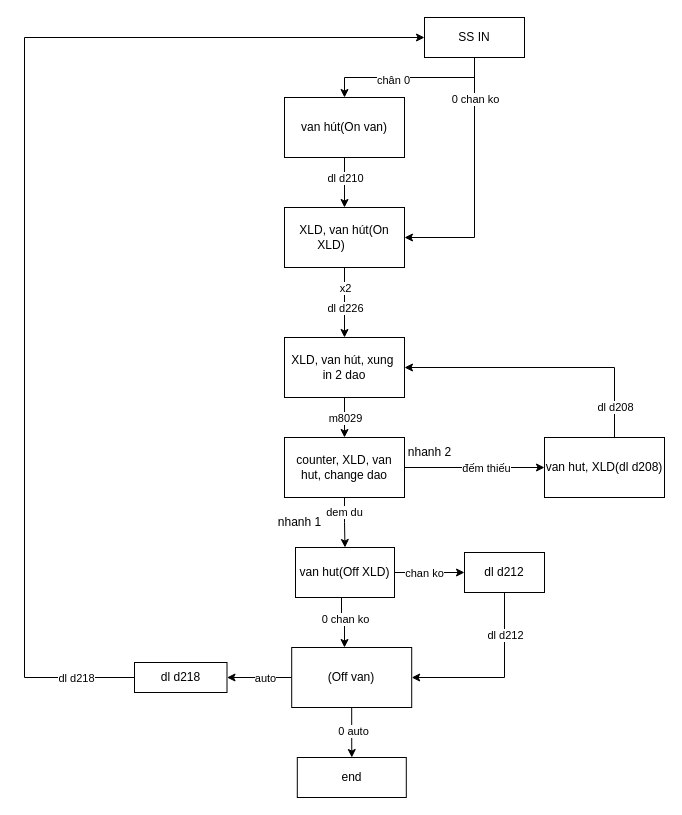
Above: 2 dao.drawio in robowindgit/a0-quyencun (draw.io), before the change. Source tidied: cells renumbered, new cells numbered last; positions are measured from the earlier drawing's top-left corner, leaving out a move shared by most shapes. Both pictures are drawn from the tidied source at 100%, with x=0, y=0 at pixel (24, 17).
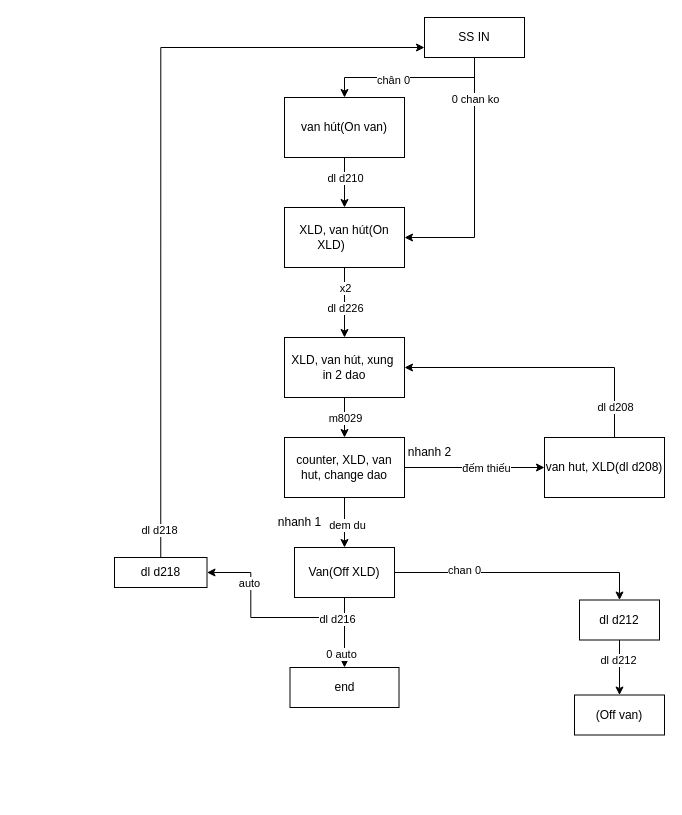
After the change.

Commit message:
Cập nhật 2 dao.drawio

The change refers to these unchanged cells:
```xml
<mxCell id="6" value="SS IN" style="whiteSpace=wrap;html=1;" parent="1" vertex="1">
  <mxGeometry x="400" width="100" height="40" as="geometry" />
</mxCell>
<mxCell id="21" value="counter, XLD, van hut, change dao" style="whiteSpace=wrap;html=1;" parent="1" vertex="1">
  <mxGeometry x="260" y="420" width="120" height="60" as="geometry" />
</mxCell>
```

Diff of the diagram source:
```diff
@@
-    <mxCell id="19" style="edgeStyle=orthogonalEdgeStyle;rounded=0;jettySize=auto;html=1;exitX=0.5;exitY=1;exitDx=0;exitDy=0;entryX=0.5;entryY=0;entryDx=0;entryDy=0;" parent="1" edge="1" source="21" target="39">
-      <mxGeometry relative="1" as="geometry" />
-    </mxCell>
+    <mxCell id="44" style="edgeStyle=orthogonalEdgeStyle;rounded=0;jettySize=auto;html=1;exitX=0.5;exitY=1;exitDx=0;exitDy=0;entryX=0.5;entryY=0;entryDx=0;entryDy=0;" parent="1" edge="1" source="21" target="53">
+      <mxGeometry relative="1" as="geometry" />
+    </mxCell>
-    <mxCell id="20" value="dem du" style="edgeLabel;html=1;align=center;verticalAlign=middle;" parent="19" vertex="1">
-      <mxGeometry x="-0.43" y="-1" relative="1" as="geometry" />
+    <mxCell id="20" value="dem du" style="edgeLabel;html=1;align=center;verticalAlign=middle;" parent="44" vertex="1">
+      <mxGeometry x="0.07" y="2" relative="1" as="geometry" />
     </mxCell>
@@
-    <mxCell id="22" style="edgeStyle=orthogonalEdgeStyle;rounded=0;jettySize=auto;html=1;exitX=0;exitY=0.5;exitDx=0;exitDy=0;entryX=1;entryY=0.5;entryDx=0;entryDy=0;" parent="1" edge="1" source="26" target="35">
-      <mxGeometry relative="1" as="geometry" />
-    </mxCell>
-    <mxCell id="23" value="auto" style="edgeLabel;html=1;align=center;verticalAlign=middle;" parent="22" vertex="1">
-      <mxGeometry x="-0.15" relative="1" as="geometry" />
-    </mxCell>
-    <mxCell id="24" style="edgeStyle=orthogonalEdgeStyle;rounded=0;jettySize=auto;html=1;exitX=0.5;exitY=1;exitDx=0;exitDy=0;entryX=0.5;entryY=0;entryDx=0;entryDy=0;" parent="1" edge="1" source="26" target="43">
-      <mxGeometry relative="1" as="geometry" />
-    </mxCell>
-    <mxCell id="25" value="0 auto" style="edgeLabel;html=1;align=center;verticalAlign=middle;" parent="24" vertex="1">
-      <mxGeometry x="-0.1" y="1" relative="1" as="geometry" />
-    </mxCell>
-    <mxCell id="26" value="(Off van)" style="whiteSpace=wrap;html=1;" parent="1" vertex="1">
-      <mxGeometry x="267.2" y="630" width="120" height="60" as="geometry" />
-    </mxCell>
@@
+    <mxCell id="33" style="edgeStyle=orthogonalEdgeStyle;rounded=0;orthogonalLoop=1;jettySize=auto;html=1;exitX=0;exitY=0.5;exitDx=0;exitDy=0;entryX=0;entryY=0.5;entryDx=0;entryDy=0;" parent="1" edge="1">
+      <mxGeometry relative="1" as="geometry">
+        <Array as="points">
+          <mxPoint x="90" y="550" />
+          <mxPoint y="550" />
+          <mxPoint y="20" />
+        </Array>
+      </mxGeometry>
+    </mxCell>
+    <mxCell id="34" value="dl d218" style="edgeLabel;html=1;align=center;verticalAlign=middle;" parent="33" vertex="1">
+      <mxGeometry x="-0.83" y="2" relative="1" as="geometry">
+        <mxPoint x="39" y="-2" as="offset" />
+      </mxGeometry>
+    </mxCell>
+    <mxCell id="42" value="dl d212" style="whiteSpace=wrap;html=1;" parent="1" vertex="1">
+      <mxGeometry x="555" y="582.5" width="80" height="40" as="geometry" />
+    </mxCell>
@@
-    <mxCell id="31" style="edgeStyle=orthogonalEdgeStyle;rounded=0;jettySize=auto;html=1;exitX=0.5;exitY=1;exitDx=0;exitDy=0;" parent="1" edge="1" source="39" target="26">
-      <mxGeometry relative="1" as="geometry">
-        <Array as="points">
-          <mxPoint x="317" y="600" />
-          <mxPoint x="320" y="600" />
-        </Array>
-      </mxGeometry>
-    </mxCell>
-    <mxCell id="32" value="0 chan ko" style="edgeLabel;html=1;align=center;verticalAlign=middle;" parent="31" vertex="1">
-      <mxGeometry x="-0.01" relative="1" as="geometry" />
-    </mxCell>
-    <mxCell id="33" style="edgeStyle=orthogonalEdgeStyle;rounded=0;jettySize=auto;html=1;exitX=0;exitY=0.5;exitDx=0;exitDy=0;entryX=0;entryY=0.5;entryDx=0;entryDy=0;" parent="1" edge="1" source="35" target="6">
-      <mxGeometry relative="1" as="geometry">
-        <Array as="points">
-          <mxPoint y="660" />
-          <mxPoint y="20" />
-        </Array>
-      </mxGeometry>
-    </mxCell>
-    <mxCell id="34" value="dl d218" style="edgeLabel;html=1;align=center;verticalAlign=middle;" parent="33" vertex="1">
-      <mxGeometry x="-0.83" y="2" relative="1" as="geometry">
-        <mxPoint x="39" y="-2" as="offset" />
-      </mxGeometry>
-    </mxCell>
+    <mxCell id="45" style="edgeStyle=orthogonalEdgeStyle;rounded=0;jettySize=auto;html=1;exitX=0.5;exitY=0;exitDx=0;exitDy=0;entryX=0;entryY=0.75;entryDx=0;entryDy=0;" parent="1" edge="1" source="35" target="6">
+      <mxGeometry relative="1" as="geometry" />
+    </mxCell>
+    <mxCell id="46" value="dl d218" style="edgeLabel;html=1;align=center;verticalAlign=middle;" parent="45" vertex="1">
+      <mxGeometry x="-0.93" y="2" relative="1" as="geometry" />
+    </mxCell>
     <mxCell id="35" value="dl d218" style="whiteSpace=wrap;html=1;" parent="1" vertex="1">
-      <mxGeometry x="110" y="645" width="92.5" height="30" as="geometry" />
+      <mxGeometry x="90" y="540" width="92.5" height="30" as="geometry" />
     </mxCell>
@@
-    <mxCell id="37" style="edgeStyle=orthogonalEdgeStyle;rounded=0;jettySize=auto;html=1;exitX=1;exitY=0.5;exitDx=0;exitDy=0;entryX=0;entryY=0.5;entryDx=0;entryDy=0;" parent="1" edge="1" source="39" target="42">
-      <mxGeometry relative="1" as="geometry" />
-    </mxCell>
-    <mxCell id="38" value="chan ko" style="edgeLabel;html=1;align=center;verticalAlign=middle;" parent="37" vertex="1">
-      <mxGeometry x="-0.39" y="3" relative="1" as="geometry">
-        <mxPoint x="8" y="3" as="offset" />
-      </mxGeometry>
-    </mxCell>
-    <mxCell id="39" value="van hut(Off XLD)" style="whiteSpace=wrap;html=1;" parent="1" vertex="1">
-      <mxGeometry x="271" y="530" width="99" height="50" as="geometry" />
-    </mxCell>
-    <mxCell id="40" style="edgeStyle=orthogonalEdgeStyle;rounded=0;jettySize=auto;html=1;exitX=0.5;exitY=1;exitDx=0;exitDy=0;entryX=1;entryY=0.5;entryDx=0;entryDy=0;" parent="1" edge="1" source="42" target="26">
+    <mxCell id="40" style="edgeStyle=orthogonalEdgeStyle;rounded=0;jettySize=auto;html=1;exitX=0.5;exitY=1;exitDx=0;exitDy=0;entryX=0.5;entryY=0;entryDx=0;entryDy=0;" parent="1" edge="1" source="42" target="26">
       <mxGeometry relative="1" as="geometry" />
     </mxCell>
     <mxCell id="41" value="dl d212" style="edgeLabel;html=1;align=center;verticalAlign=middle;" parent="40" vertex="1">
-      <mxGeometry x="-0.53" relative="1" as="geometry" />
+      <mxGeometry x="-0.28" y="-2" relative="1" as="geometry" />
     </mxCell>
-    <mxCell id="42" value="dl d212" style="whiteSpace=wrap;html=1;" parent="1" vertex="1">
-      <mxGeometry x="440" y="535" width="80" height="40" as="geometry" />
-    </mxCell>
     <mxCell id="43" value="end" style="whiteSpace=wrap;html=1;" parent="1" vertex="1">
-      <mxGeometry x="272.8" y="740" width="109" height="40" as="geometry" />
+      <mxGeometry x="265.5" y="650" width="109" height="40" as="geometry" />
     </mxCell>
+    <mxCell id="26" value="(Off van)" style="whiteSpace=wrap;html=1;" parent="1" vertex="1">
+      <mxGeometry x="550" y="677.5" width="90" height="40" as="geometry" />
+    </mxCell>
+    <mxCell id="47" style="edgeStyle=orthogonalEdgeStyle;rounded=0;jettySize=auto;html=1;exitX=1;exitY=0.5;exitDx=0;exitDy=0;entryX=0.5;entryY=0;entryDx=0;entryDy=0;" parent="1" edge="1" source="53" target="42">
+      <mxGeometry relative="1" as="geometry" />
+    </mxCell>
+    <mxCell id="48" value="chan 0" style="edgeLabel;html=1;align=center;verticalAlign=middle;" parent="47" vertex="1">
+      <mxGeometry x="-0.45" y="3" relative="1" as="geometry" />
+    </mxCell>
+    <mxCell id="49" style="edgeStyle=orthogonalEdgeStyle;rounded=0;jettySize=auto;html=1;exitX=0.5;exitY=1;exitDx=0;exitDy=0;entryX=0.5;entryY=0;entryDx=0;entryDy=0;" parent="1" edge="1" source="53" target="43">
+      <mxGeometry relative="1" as="geometry" />
+    </mxCell>
+    <mxCell id="50" value="0 auto" style="edgeLabel;html=1;align=center;verticalAlign=middle;" parent="49" vertex="1">
+      <mxGeometry x="0.61" y="-4" relative="1" as="geometry" />
+    </mxCell>
+    <mxCell id="51" style="edgeStyle=orthogonalEdgeStyle;rounded=0;jettySize=auto;html=1;exitX=0.5;exitY=1;exitDx=0;exitDy=0;entryX=1;entryY=0.5;entryDx=0;entryDy=0;" parent="1" edge="1" source="53" target="35">
+      <mxGeometry relative="1" as="geometry" />
+    </mxCell>
+    <mxCell id="23" value="auto" style="edgeLabel;html=1;align=center;verticalAlign=middle;" parent="51" vertex="1">
+      <mxGeometry x="0.46" y="2" relative="1" as="geometry" />
+    </mxCell>
+    <mxCell id="52" value="dl d216" style="edgeLabel;html=1;align=center;verticalAlign=middle;" parent="51" vertex="1">
+      <mxGeometry x="-0.72" y="1" relative="1" as="geometry" />
+    </mxCell>
+    <mxCell id="53" value="Van(Off XLD)" style="whiteSpace=wrap;html=1;" parent="1" vertex="1">
+      <mxGeometry x="270" y="530" width="100" height="50" as="geometry" />
+    </mxCell>
+    <mxCell id="54" style="edgeStyle=orthogonalEdgeStyle;rounded=0;jettySize=auto;html=1;exitX=0.5;exitY=1;exitDx=0;exitDy=0;" parent="1" edge="1" target="43">
+      <mxGeometry relative="1" as="geometry" />
+    </mxCell>
+    <mxCell id="55" value="0 auto" style="edgeLabel;html=1;align=center;verticalAlign=middle;" parent="54" vertex="1">
+      <mxGeometry x="-0.33" y="5" relative="1" as="geometry" />
+    </mxCell>
```
